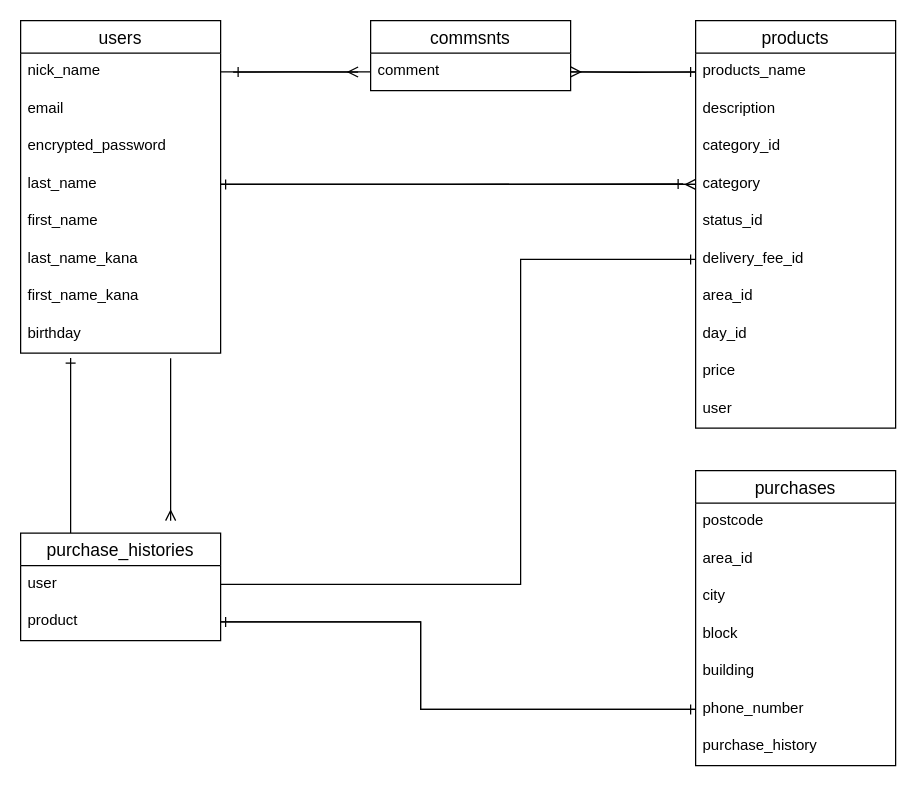
The draw.io diagram page "ページ1" (1 of 2) of db.dio in rent614/furima-34775, before the edit. Source tidied: cells renumbered, new cells numbered last; positions are measured from the earlier drawing's top-left corner, leaving out a move shared by most shapes. Both pictures are drawn from the tidied source at 125%, with x=0, y=0 at pixel (20, 20).
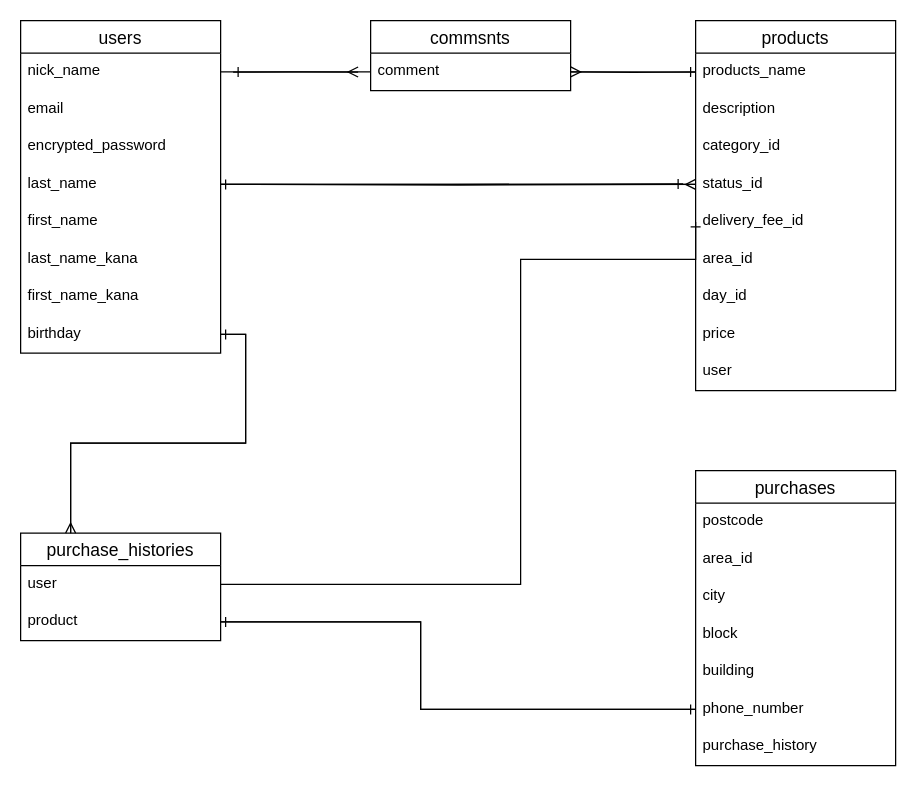
After the change.

Commit message (it also covers changes not shown here):
データベース設計８

Unchanged cells that the change refers to:
```xml
<mxCell id="6" value="last_name" style="text;strokeColor=none;fillColor=none;spacingLeft=4;spacingRight=4;overflow=hidden;points=[[0,0.5],[1,0.5]];portConstraint=eastwest;fontSize=12;" parent="2" vertex="1">
  <mxGeometry y="116" width="160" height="30" as="geometry" />
</mxCell>
<mxCell id="10" value="birthday" style="text;strokeColor=none;fillColor=none;spacingLeft=4;spacingRight=4;overflow=hidden;points=[[0,0.5],[1,0.5]];portConstraint=eastwest;fontSize=12;" parent="2" vertex="1">
  <mxGeometry y="236" width="160" height="30" as="geometry" />
</mxCell>
<mxCell id="33" value="purchase_histories" style="swimlane;fontStyle=0;horizontal=1;startSize=26;align=center;fontSize=14;" parent="1" vertex="1">
  <mxGeometry y="410" width="160" height="86" as="geometry" />
</mxCell>
```

What changed in the source:
```diff
@@
     <mxCell id="11" value="products" style="swimlane;fontStyle=0;horizontal=1;startSize=26;align=center;fontSize=14;" parent="1" vertex="1">
-      <mxGeometry x="540" width="160" height="326" as="geometry" />
+      <mxGeometry x="540" width="160" height="296" as="geometry" />
     </mxCell>
@@
-    <mxCell id="15" value="category" style="text;strokeColor=none;fillColor=none;spacingLeft=4;spacingRight=4;overflow=hidden;points=[[0,0.5],[1,0.5]];portConstraint=eastwest;fontSize=12;" parent="11" vertex="1">
-      <mxGeometry y="116" width="160" height="30" as="geometry" />
-    </mxCell>
     <mxCell id="16" value="status_id" style="text;strokeColor=none;fillColor=none;spacingLeft=4;spacingRight=4;overflow=hidden;fontSize=12;" parent="11" vertex="1">
-      <mxGeometry y="146" width="160" height="30" as="geometry" />
+      <mxGeometry y="116" width="160" height="30" as="geometry" />
     </mxCell>
     <mxCell id="17" value="delivery_fee_id" style="text;strokeColor=none;fillColor=none;spacingLeft=4;spacingRight=4;overflow=hidden;points=[[0,0.5],[1,0.5]];portConstraint=eastwest;fontSize=12;" parent="11" vertex="1">
-      <mxGeometry y="176" width="160" height="30" as="geometry" />
+      <mxGeometry y="146" width="160" height="30" as="geometry" />
     </mxCell>
     <mxCell id="18" value="area_id" style="text;strokeColor=none;fillColor=none;spacingLeft=4;spacingRight=4;overflow=hidden;fontSize=12;" parent="11" vertex="1">
-      <mxGeometry y="206" width="160" height="30" as="geometry" />
+      <mxGeometry y="176" width="160" height="30" as="geometry" />
     </mxCell>
     <mxCell id="19" value="day_id" style="text;strokeColor=none;fillColor=none;spacingLeft=4;spacingRight=4;overflow=hidden;fontSize=12;" parent="11" vertex="1">
-      <mxGeometry y="236" width="160" height="30" as="geometry" />
+      <mxGeometry y="206" width="160" height="30" as="geometry" />
     </mxCell>
     <mxCell id="20" value="price" style="text;strokeColor=none;fillColor=none;spacingLeft=4;spacingRight=4;overflow=hidden;fontSize=12;" parent="11" vertex="1">
-      <mxGeometry y="266" width="160" height="30" as="geometry" />
+      <mxGeometry y="236" width="160" height="30" as="geometry" />
     </mxCell>
     <mxCell id="21" value="user" style="text;strokeColor=none;fillColor=none;spacingLeft=4;spacingRight=4;overflow=hidden;fontSize=12;" parent="11" vertex="1">
-      <mxGeometry y="296" width="160" height="30" as="geometry" />
+      <mxGeometry y="266" width="160" height="30" as="geometry" />
     </mxCell>
@@
-    <mxCell id="32" style="edgeStyle=orthogonalEdgeStyle;rounded=0;jettySize=auto;html=1;exitX=0.25;exitY=0;exitDx=0;exitDy=0;endArrow=ERone;endFill=0;entryX=0.25;entryY=1.133;entryDx=0;entryDy=0;entryPerimeter=0;" parent="1" edge="1" source="33" target="10">
-      <mxGeometry relative="1" as="geometry">
-        <Array as="points">
-          <mxPoint x="40" y="310" />
-          <mxPoint x="40" y="310" />
-        </Array>
-      </mxGeometry>
+    <mxCell id="32" style="edgeStyle=orthogonalEdgeStyle;rounded=0;jettySize=auto;html=1;exitX=0.25;exitY=0;exitDx=0;exitDy=0;entryX=1;entryY=0.5;entryDx=0;entryDy=0;startArrow=none;startFill=0;endArrow=ERone;endFill=0;" parent="1" edge="1" source="33" target="10">
+      <mxGeometry relative="1" as="geometry" />
     </mxCell>
@@
-    <mxCell id="37" style="edgeStyle=orthogonalEdgeStyle;rounded=0;orthogonalLoop=1;jettySize=auto;html=1;endArrow=ERmany;endFill=0;" parent="1" edge="1">
-      <mxGeometry relative="1" as="geometry">
-        <mxPoint x="120" y="270" as="sourcePoint" />
-        <mxPoint x="120" y="400" as="targetPoint" />
-      </mxGeometry>
-    </mxCell>
@@
-    <mxCell id="43" style="edgeStyle=orthogonalEdgeStyle;rounded=0;jettySize=auto;html=1;exitX=0;exitY=0.5;exitDx=0;exitDy=0;entryX=1;entryY=0.5;entryDx=0;entryDy=0;endArrow=ERone;endFill=0;" parent="1" edge="1" source="15" target="6">
-      <mxGeometry relative="1" as="geometry" />
+    <mxCell id="43" style="edgeStyle=orthogonalEdgeStyle;rounded=0;jettySize=auto;html=1;exitX=0;exitY=0.5;exitDx=0;exitDy=0;entryX=1;entryY=0.5;entryDx=0;entryDy=0;endArrow=ERone;endFill=0;" parent="1" edge="1" target="6">
+      <mxGeometry relative="1" as="geometry">
+        <mxPoint x="540" y="131" as="sourcePoint" />
+      </mxGeometry>
     </mxCell>
-    <mxCell id="44" style="edgeStyle=orthogonalEdgeStyle;rounded=0;jettySize=auto;html=1;exitX=1;exitY=0.5;exitDx=0;exitDy=0;entryX=0;entryY=0.5;entryDx=0;entryDy=0;endArrow=ERmany;endFill=0;" parent="1" edge="1" source="6" target="15">
-      <mxGeometry relative="1" as="geometry" />
+    <mxCell id="44" style="edgeStyle=orthogonalEdgeStyle;rounded=0;jettySize=auto;html=1;exitX=1;exitY=0.5;exitDx=0;exitDy=0;entryX=0;entryY=0.5;entryDx=0;entryDy=0;endArrow=ERmany;endFill=0;" parent="1" edge="1" source="6">
+      <mxGeometry relative="1" as="geometry">
+        <mxPoint x="540" y="131" as="targetPoint" />
+      </mxGeometry>
     </mxCell>
@@
+    <mxCell id="47" style="edgeStyle=orthogonalEdgeStyle;rounded=0;jettySize=auto;html=1;exitX=1;exitY=0.5;exitDx=0;exitDy=0;entryX=0.25;entryY=0;entryDx=0;entryDy=0;startArrow=none;startFill=0;endArrow=ERmany;endFill=0;" parent="1" edge="1" source="10" target="33">
+      <mxGeometry relative="1" as="geometry" />
+    </mxCell>
```
